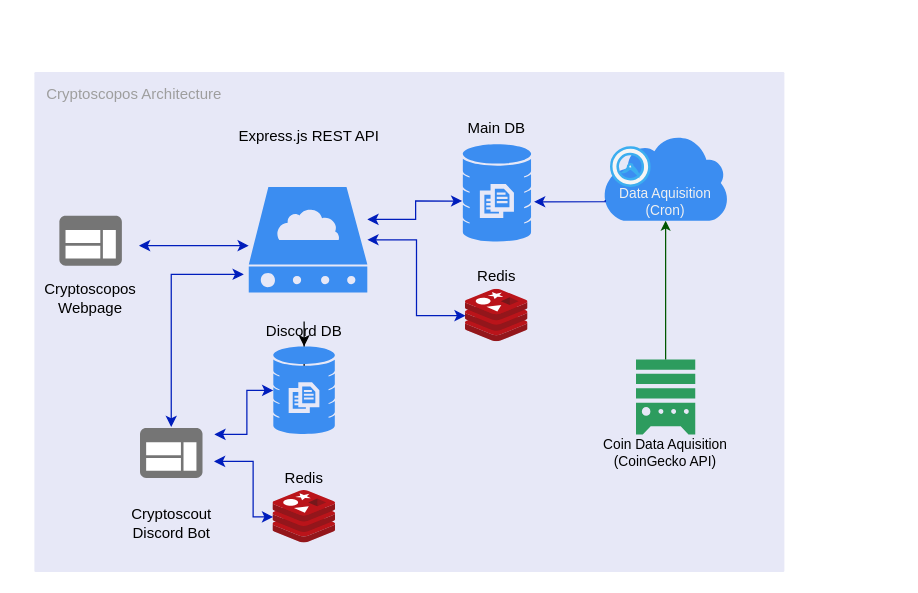
Earlier version of the draw.io diagram docs/backend-architecture.drawio (gramanicu/cryptoscopos-api). Source tidied: cells renumbered, new cells numbered last; positions are measured from the earlier drawing's top-left corner, leaving out a move shared by most shapes. Both pictures are drawn from the tidied source at 125%, with x=0, y=0 at pixel (34, 71).
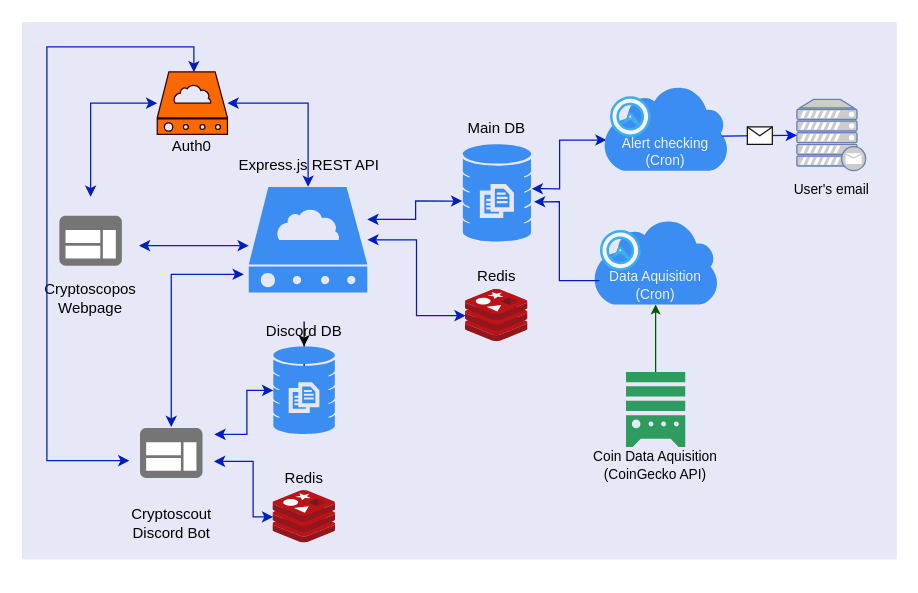
Above is the later version.

Unchanged cells that the change refers to:
```xml
<mxCell id="6" value="Cryptoscopos Webpage" style="strokeColor=none;shadow=1;strokeWidth=1;rounded=1;absoluteArcSize=1;arcSize=2;labelPosition=center;verticalLabelPosition=middle;align=center;verticalAlign=bottom;spacingLeft=0;fontColor=#000000;fontSize=12;whiteSpace=wrap;spacingBottom=2;fillColor=none;points=[[0,0,0,0,0],[0,0.25,0,0,0],[0,0.5,0,0,0],[0,0.75,0,0,0],[0,1,0,0,0],[0.24,0,0,0,0],[0.24,1,0,0,0],[0.5,0,0,0,0],[0.5,1,0,0,0],[0.76,0,0,0,0],[0.76,1,0,0,0],[0.93,0.39,0,0,0],[1,0,0,0,0],[1,0.25,0,0,0],[1,0.75,0,0,0],[1,1,0,0,0]];" parent="1" vertex="1">
  <mxGeometry y="100" width="90" height="100" as="geometry" />
</mxCell>
<mxCell id="9" style="sketch=0;html=1;strokeColor=none;shadow=0;align=center;verticalAlign=top;fillColor=#3B8DF1;shape=mxgraph.gcp2.cloud_server;" parent="8" vertex="1">
  <mxGeometry x="22" width="94.9" height="84.5" as="geometry" />
</mxCell>
<mxCell id="10" style="group;" parent="1" vertex="1">
  <mxGeometry x="319.2" y="25" width="101.6" height="111" as="geometry" />
</mxCell>
<mxCell id="12" style="sketch=0;html=1;strokeColor=none;shadow=0;align=center;verticalAlign=top;fillColor=#3B8DF1;shape=mxgraph.gcp2.database_3;fontColor=#000000;" parent="10" vertex="1">
  <mxGeometry x="23.5" y="32.8" width="54.7" height="78.2" as="geometry" />
</mxCell>
<mxCell id="14" style="sketch=0;html=1;strokeColor=none;shadow=0;align=center;verticalAlign=top;fillColor=#2D9C5E;shape=mxgraph.gcp2.external_data_resource;fontSize=11;fontColor=#000000;" parent="13" vertex="1">
  <mxGeometry x="41.3" width="47.4" height="60" as="geometry" />
</mxCell>
<mxCell id="18" style="sketch=0;html=1;strokeColor=none;shadow=0;align=center;verticalAlign=top;fillColor=#3B8DF1;shape=mxgraph.gcp2.cloud;fontSize=11;fontColor=#000000;" parent="17" vertex="1">
  <mxGeometry x="15" width="100" height="69" as="geometry" />
</mxCell>
<mxCell id="20" value="&lt;font&gt;Data Aquisition (Cron)&lt;/font&gt;" style="text;html=1;strokeColor=none;fillColor=none;align=center;verticalAlign=middle;whiteSpace=wrap;rounded=0;fontSize=11;fontColor=#F0F0F0;" parent="17" vertex="1">
  <mxGeometry x="20" y="39" width="90" height="30" as="geometry" />
</mxCell>
```

What changed in the source:
```diff
@@
-    <mxCell id="2" value="Cryptoscopos Architecture" style="sketch=0;rounded=1;absoluteArcSize=1;arcSize=2;html=1;strokeColor=none;gradientColor=none;shadow=0;dashed=0;fontSize=12;fontColor=#9E9E9E;align=left;verticalAlign=top;spacing=10;spacingTop=-4;fillColor=#E7E8F7;" parent="1" vertex="1">
-      <mxGeometry width="600" height="400" as="geometry" />
+    <mxCell id="2" style="sketch=0;rounded=1;absoluteArcSize=1;arcSize=2;html=1;strokeColor=none;gradientColor=none;shadow=0;dashed=0;fontSize=12;fontColor=#9E9E9E;align=left;verticalAlign=top;spacing=10;spacingTop=-4;fillColor=#E7E8F7;" parent="1" vertex="1">
+      <mxGeometry x="-10" y="-40" width="700" height="430" as="geometry" />
     </mxCell>
@@
+    <mxCell id="38" style="edgeStyle=orthogonalEdgeStyle;rounded=0;jettySize=auto;html=1;entryX=1.009;entryY=0.456;entryDx=0;entryDy=0;entryPerimeter=0;fillColor=#0050ef;strokeColor=#001DBC;exitX=0;exitY=0.25;exitDx=0;exitDy=0;startArrow=classic;startFill=1;" parent="10" edge="1" target="12">
+      <mxGeometry relative="1" as="geometry">
+        <mxPoint x="138.5" y="29.5" as="sourcePoint" />
+        <Array as="points">
+          <mxPoint x="101" y="30" />
+          <mxPoint x="101" y="69" />
+        </Array>
+      </mxGeometry>
+    </mxCell>
     <mxCell id="13" style="group;" parent="1" vertex="1">
-      <mxGeometry x="440" y="230" width="130" height="90" as="geometry" />
+      <mxGeometry x="432" y="240" width="130" height="90" as="geometry" />
     </mxCell>
@@
     <mxCell id="16" style="edgeStyle=orthogonalEdgeStyle;rounded=0;jettySize=auto;html=1;fontSize=11;fontColor=#000000;startArrow=none;startFill=0;endSize=5;targetPerimeterSpacing=0;strokeColor=#005700;strokeWidth=1;fillColor=#008a00;entryX=0.5;entryY=1;entryDx=0;entryDy=0;" parent="1" edge="1" source="14" target="20">
       <mxGeometry relative="1" as="geometry">
         <Array as="points">
-          <mxPoint x="505" y="170" />
-          <mxPoint x="505" y="170" />
+          <mxPoint x="486" y="260" />
+          <mxPoint x="486" y="260" />
         </Array>
       </mxGeometry>
     </mxCell>
     <mxCell id="17" style="group;" parent="1" vertex="1">
-      <mxGeometry x="440" y="50" width="130" height="99" as="geometry" />
+      <mxGeometry x="432" y="117" width="130" height="99" as="geometry" />
     </mxCell>
@@
-    <mxCell id="21" style="edgeStyle=orthogonalEdgeStyle;rounded=0;jettySize=auto;html=1;entryX=1.043;entryY=0.59;entryDx=0;entryDy=0;entryPerimeter=0;fillColor=#0050ef;strokeColor=#001DBC;exitX=0.017;exitY=0.762;exitDx=0;exitDy=0;exitPerimeter=0;" parent="1" edge="1" source="18" target="12">
+    <mxCell id="21" style="edgeStyle=orthogonalEdgeStyle;rounded=0;jettySize=auto;html=1;entryX=1.043;entryY=0.59;entryDx=0;entryDy=0;entryPerimeter=0;fillColor=#0050ef;strokeColor=#001DBC;" parent="1" edge="1" target="12">
       <mxGeometry relative="1" as="geometry">
+        <mxPoint x="452" y="167" as="sourcePoint" />
         <Array as="points">
-          <mxPoint x="457" y="104" />
+          <mxPoint x="452" y="167" />
+          <mxPoint x="420" y="167" />
+          <mxPoint x="420" y="104" />
         </Array>
       </mxGeometry>
     </mxCell>
@@
     <mxCell id="23" value="&lt;font color=&quot;#000000&quot;&gt;Express.js REST API&lt;/font&gt;" style="text;html=1;strokeColor=none;fillColor=none;align=center;verticalAlign=middle;whiteSpace=wrap;rounded=0;" parent="1" vertex="1">
-      <mxGeometry x="154.5" y="37" width="130" height="30" as="geometry" />
+      <mxGeometry x="154.5" y="60" width="130" height="30" as="geometry" />
     </mxCell>
@@
+    <mxCell id="39" style="group;" parent="1" vertex="1">
+      <mxGeometry x="440" y="10" width="130" height="99" as="geometry" />
+    </mxCell>
+    <mxCell id="40" style="sketch=0;html=1;strokeColor=none;shadow=0;align=center;verticalAlign=top;fillColor=#3B8DF1;shape=mxgraph.gcp2.cloud;fontSize=11;fontColor=#000000;" parent="39" vertex="1">
+      <mxGeometry x="15" width="100" height="69" as="geometry" />
+    </mxCell>
+    <mxCell id="41" style="sketch=0;html=1;strokeColor=#3CAEF0;shadow=0;align=center;verticalAlign=top;fillColor=#F5F5F5;shape=mxgraph.gcp2.clock;fontSize=11;fontColor=#333333;strokeWidth=2;rotation=90;" parent="39" vertex="1">
+      <mxGeometry x="21.5" y="10.5" width="30.5" height="30.5" as="geometry" />
+    </mxCell>
+    <mxCell id="42" value="&lt;font&gt;Alert checking (Cron)&lt;/font&gt;" style="text;html=1;strokeColor=none;fillColor=none;align=center;verticalAlign=middle;whiteSpace=wrap;rounded=0;fontSize=11;fontColor=#F0F0F0;" parent="39" vertex="1">
+      <mxGeometry x="20" y="39" width="90" height="30" as="geometry" />
+    </mxCell>
+    <mxCell id="43" style="fontColor=#0066CC;verticalAlign=top;verticalLabelPosition=bottom;labelPosition=center;align=center;html=1;outlineConnect=0;fillColor=#CCCCCC;strokeColor=#6881B3;gradientColor=none;gradientDirection=north;strokeWidth=2;shape=mxgraph.networks.mail_server;" parent="1" vertex="1">
+      <mxGeometry x="610" y="22" width="55" height="57" as="geometry" />
+    </mxCell>
+    <mxCell id="44" style="endArrow=classic;html=1;rounded=0;exitX=1.004;exitY=0.078;exitDx=0;exitDy=0;strokeColor=#0010F0;exitPerimeter=0;" parent="1" edge="1" source="42" target="43">
+      <mxGeometry relative="1" as="geometry" />
+    </mxCell>
+    <mxCell id="45" style="shape=message;html=1;fillColor=#FFFFFF;strokeColor=#121212;" parent="44" vertex="1">
+      <mxGeometry width="20" height="14" relative="1" as="geometry">
+        <mxPoint x="-10" y="-7" as="offset" />
+      </mxGeometry>
+    </mxCell>
+    <mxCell id="46" value="&lt;font color=&quot;#000000&quot;&gt;User's email&lt;/font&gt;" style="text;html=1;strokeColor=none;fillColor=none;align=center;verticalAlign=middle;whiteSpace=wrap;rounded=0;fontSize=11;fontColor=#F0F0F0;" parent="1" vertex="1">
+      <mxGeometry x="592.5" y="79" width="90" height="30" as="geometry" />
+    </mxCell>
+    <mxCell id="47" style="edgeStyle=orthogonalEdgeStyle;rounded=0;jettySize=auto;html=1;startArrow=classic;startFill=1;fillColor=#0050ef;strokeColor=#001DBC;" parent="1" edge="1" source="50" target="9">
+      <mxGeometry relative="1" as="geometry" />
+    </mxCell>
+    <mxCell id="48" style="edgeStyle=orthogonalEdgeStyle;rounded=0;jettySize=auto;html=1;startArrow=classic;startFill=1;fillColor=#0050ef;strokeColor=#001DBC;" parent="1" edge="1" source="50" target="6">
+      <mxGeometry relative="1" as="geometry" />
+    </mxCell>
+    <mxCell id="49" style="edgeStyle=orthogonalEdgeStyle;rounded=0;jettySize=auto;html=1;fillColor=#0050ef;strokeColor=#001DBC;startArrow=classic;startFill=1;exitX=0.521;exitY=0.005;exitDx=0;exitDy=0;exitPerimeter=0;" parent="1" edge="1" source="50">
+      <mxGeometry relative="1" as="geometry">
+        <mxPoint x="76" y="311" as="targetPoint" />
+        <Array as="points">
+          <mxPoint x="128" y="-20" />
+          <mxPoint x="10" y="-20" />
+          <mxPoint x="10" y="311" />
+        </Array>
+      </mxGeometry>
+    </mxCell>
+    <mxCell id="50" style="sketch=0;html=1;strokeColor=#330000;shadow=0;align=center;verticalAlign=top;fillColor=#fa6800;shape=mxgraph.gcp2.cloud_server;fontColor=#000000;gradientColor=none;" parent="1" vertex="1">
+      <mxGeometry x="98.3" width="56.2" height="50" as="geometry" />
+    </mxCell>
+    <mxCell id="51" value="&lt;font color=&quot;#000000&quot;&gt;Auth0&lt;/font&gt;" style="text;html=1;strokeColor=none;fillColor=none;align=center;verticalAlign=middle;whiteSpace=wrap;rounded=0;" parent="1" vertex="1">
+      <mxGeometry x="59.4" y="49.5" width="134" height="20" as="geometry" />
+    </mxCell>
```
